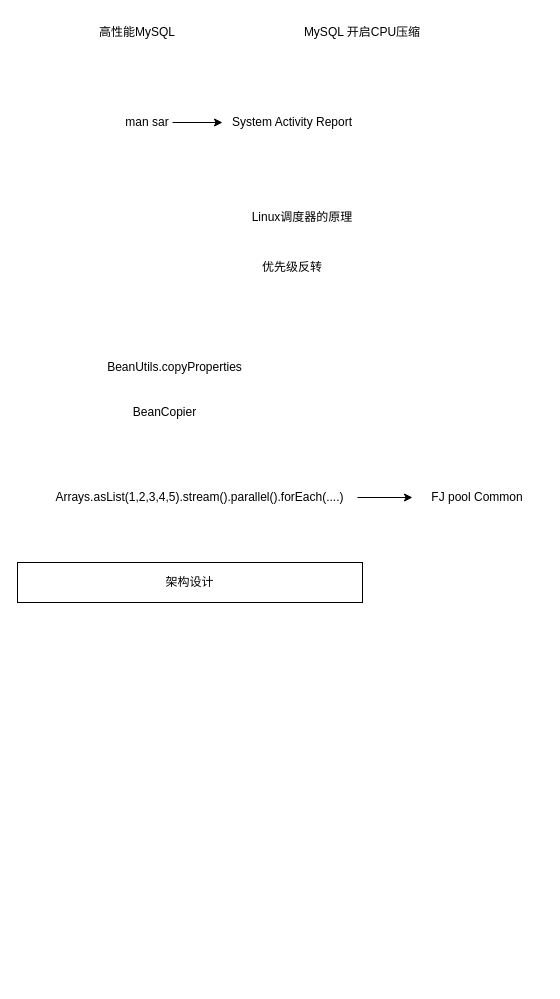
Earlier version of the draw.io diagram Trick.drawio (haoboliu66/Diagram). Source tidied: cells renumbered, new cells numbered last; positions are measured from the earlier drawing's top-left corner, leaving out a move shared by most shapes. Both pictures are drawn from the tidied source at 100%, with x=0, y=0 at pixel (17, 17).
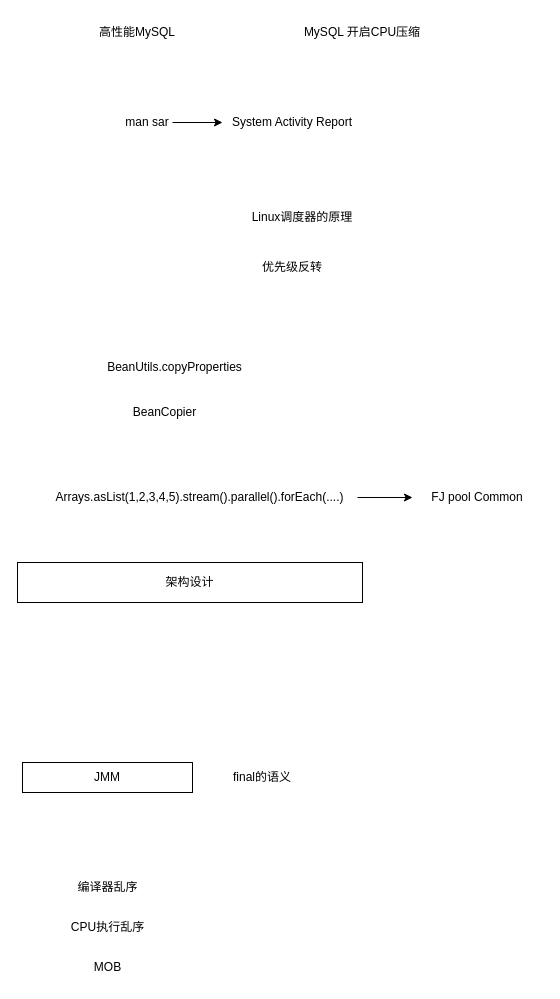
The same diagram, later.

What changed in the source:
```diff
@@
 <mxGraphModel>
   <root>
     <mxCell id="0" />
     <mxCell id="1" parent="0" />
     <mxCell id="2" style="edgeStyle=orthogonalEdgeStyle;rounded=0;jettySize=auto;html=1;" parent="1" edge="1" source="3" target="13">
       <mxGeometry relative="1" as="geometry" />
     </mxCell>
     <mxCell id="3" value="man sar" style="text;html=1;strokeColor=none;fillColor=none;align=center;verticalAlign=middle;whiteSpace=wrap;rounded=0;" parent="1" vertex="1">
       <mxGeometry x="105" y="95" width="50" height="20" as="geometry" />
     </mxCell>
     <mxCell id="4" value="高性能MySQL" style="text;html=1;strokeColor=none;fillColor=none;align=center;verticalAlign=middle;whiteSpace=wrap;rounded=0;" parent="1" vertex="1">
       <mxGeometry x="55" width="130" height="30" as="geometry" />
     </mxCell>
     <mxCell id="5" value="MySQL 开启CPU压缩" style="text;html=1;strokeColor=none;fillColor=none;align=center;verticalAlign=middle;whiteSpace=wrap;rounded=0;" parent="1" vertex="1">
       <mxGeometry x="285" width="120" height="30" as="geometry" />
     </mxCell>
     <mxCell id="6" value="优先级反转" style="text;html=1;strokeColor=none;fillColor=none;align=center;verticalAlign=middle;whiteSpace=wrap;rounded=0;" parent="1" vertex="1">
       <mxGeometry x="215" y="235" width="120" height="30" as="geometry" />
     </mxCell>
     <mxCell id="7" value="Linux调度器的原理" style="text;html=1;strokeColor=none;fillColor=none;align=center;verticalAlign=middle;whiteSpace=wrap;rounded=0;" parent="1" vertex="1">
       <mxGeometry x="225" y="185" width="120" height="30" as="geometry" />
     </mxCell>
     <mxCell id="8" value="BeanUtils.copyProperties" style="text;html=1;strokeColor=none;fillColor=none;align=center;verticalAlign=middle;whiteSpace=wrap;rounded=0;" parent="1" vertex="1">
       <mxGeometry x="60" y="335" width="195" height="30" as="geometry" />
     </mxCell>
     <mxCell id="9" value="BeanCopier" style="text;html=1;strokeColor=none;fillColor=none;align=center;verticalAlign=middle;whiteSpace=wrap;rounded=0;" parent="1" vertex="1">
       <mxGeometry x="70" y="380" width="155" height="30" as="geometry" />
     </mxCell>
     <mxCell id="10" style="edgeStyle=orthogonalEdgeStyle;rounded=0;jettySize=auto;html=1;" parent="1" edge="1" source="11" target="12">
       <mxGeometry relative="1" as="geometry" />
     </mxCell>
     <mxCell id="11" value="Arrays.asList(1,2,3,4,5).stream().parallel().forEach(....)" style="text;html=1;strokeColor=none;fillColor=none;align=center;verticalAlign=middle;whiteSpace=wrap;rounded=0;" parent="1" vertex="1">
       <mxGeometry x="25" y="465" width="315" height="30" as="geometry" />
     </mxCell>
     <mxCell id="12" value="FJ pool Common" style="text;html=1;strokeColor=none;fillColor=none;align=center;verticalAlign=middle;whiteSpace=wrap;rounded=0;" parent="1" vertex="1">
       <mxGeometry x="395" y="465" width="130" height="30" as="geometry" />
     </mxCell>
     <mxCell id="13" value="System Activity Report" style="text;html=1;strokeColor=none;fillColor=none;align=center;verticalAlign=middle;whiteSpace=wrap;rounded=0;" parent="1" vertex="1">
       <mxGeometry x="205" y="95" width="140" height="20" as="geometry" />
     </mxCell>
     <mxCell id="14" value="架构设计" style="rounded=0;whiteSpace=wrap;html=1;" parent="1" vertex="1">
       <mxGeometry y="545" width="345" height="40" as="geometry" />
     </mxCell>
+    <mxCell id="15" value="JMM" style="rounded=0;whiteSpace=wrap;html=1;" parent="1" vertex="1">
+      <mxGeometry x="5" y="745" width="170" height="30" as="geometry" />
+    </mxCell>
+    <mxCell id="16" value="final的语义" style="text;html=1;strokeColor=none;fillColor=none;align=center;verticalAlign=middle;whiteSpace=wrap;rounded=0;" parent="1" vertex="1">
+      <mxGeometry x="205" y="745" width="80" height="30" as="geometry" />
+    </mxCell>
+    <mxCell id="17" value="编译器乱序" style="text;html=1;strokeColor=none;fillColor=none;align=center;verticalAlign=middle;whiteSpace=wrap;rounded=0;" parent="1" vertex="1">
+      <mxGeometry x="37.5" y="855" width="105" height="30" as="geometry" />
+    </mxCell>
+    <mxCell id="18" value="CPU执行乱序" style="text;html=1;strokeColor=none;fillColor=none;align=center;verticalAlign=middle;whiteSpace=wrap;rounded=0;" parent="1" vertex="1">
+      <mxGeometry x="37.5" y="895" width="105" height="30" as="geometry" />
+    </mxCell>
+    <mxCell id="19" value="MOB" style="text;html=1;strokeColor=none;fillColor=none;align=center;verticalAlign=middle;whiteSpace=wrap;rounded=0;" parent="1" vertex="1">
+      <mxGeometry x="37.5" y="935" width="105" height="30" as="geometry" />
+    </mxCell>
   </root>
 </mxGraphModel>
```
